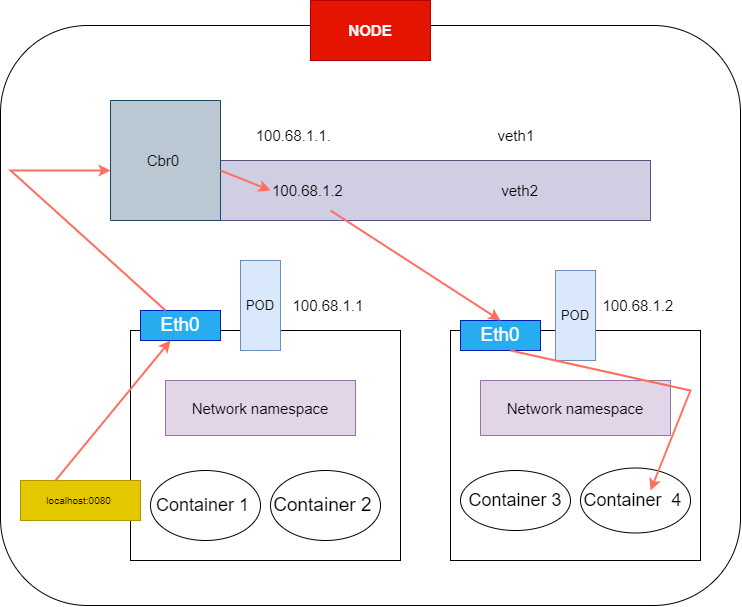
The draw.io diagram Page_images/Pod-2-pod -networking.drawio.png in dikshita-git/RP_Study-on-Ingress-and-its-security-IPv4-IPv6-, before a commit. Source tidied: cells renumbered, new cells last; positions are measured from the earlier drawing's top-left corner, leaving out a move shared by most shapes.
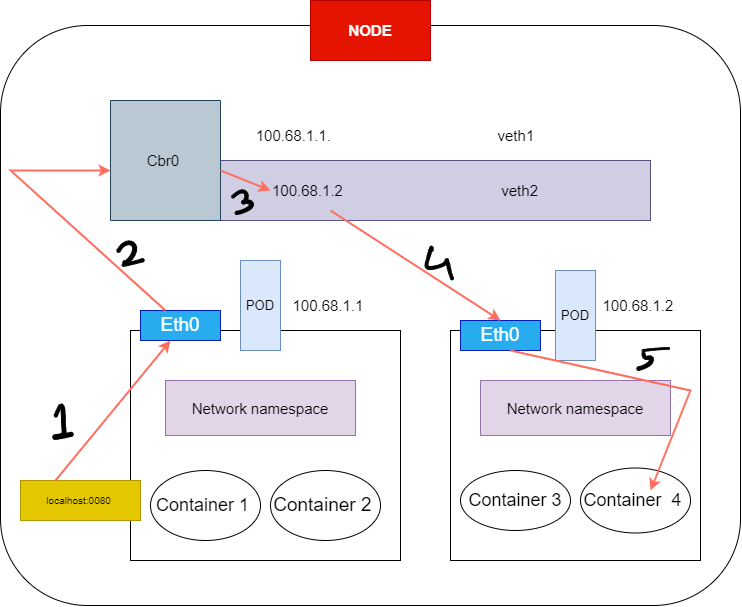
The same file after the commit.

Change to the diagram source:
```diff
@@ -100,5 +100,26 @@
         <mxPoint x="500" y="320" as="targetPoint" />
       </mxGeometry>
     </mxCell>
+    <mxCell id="28" style="shape=(stored shape, 1240 characters);lineShape=1;" parent="1" vertex="1">
+      <mxGeometry x="52.4" y="403.3" width="20.1" height="35.4" as="geometry" />
+    </mxCell>
+    <mxCell id="29" style="shape=(stored shape, 936 characters);lineShape=1;" parent="1" vertex="1">
+      <mxGeometry x="116.3" y="240.5" width="19.8" height="23.6" as="geometry" />
+    </mxCell>
+    <mxCell id="30" style="shape=(stored shape, 788 characters);lineShape=1;" parent="1" vertex="1">
+      <mxGeometry x="121.6" y="258.2" width="21.9" height="7.7" as="geometry" />
+    </mxCell>
+    <mxCell id="31" style="shape=(stored shape, 1268 characters);lineShape=1;" parent="1" vertex="1">
+      <mxGeometry x="231" y="189.4" width="21.9" height="24.7" as="geometry" />
+    </mxCell>
+    <mxCell id="32" style="shape=(stored shape, 1472 characters);lineShape=1;" parent="1" vertex="1">
+      <mxGeometry x="424.5" y="245.8" width="28.4" height="33.4" as="geometry" />
+    </mxCell>
+    <mxCell id="33" style="shape=(stored shape, 860 characters);lineShape=1;" parent="1" vertex="1">
+      <mxGeometry x="636.4" y="351.4" width="16.5" height="18.5" as="geometry" />
+    </mxCell>
+    <mxCell id="34" style="shape=(stored shape, 732 characters);lineShape=1;" parent="1" vertex="1">
+      <mxGeometry x="641.4" y="347.1" width="27.6" height="4" as="geometry" />
+    </mxCell>
   </root>
 </mxGraphModel>
```
